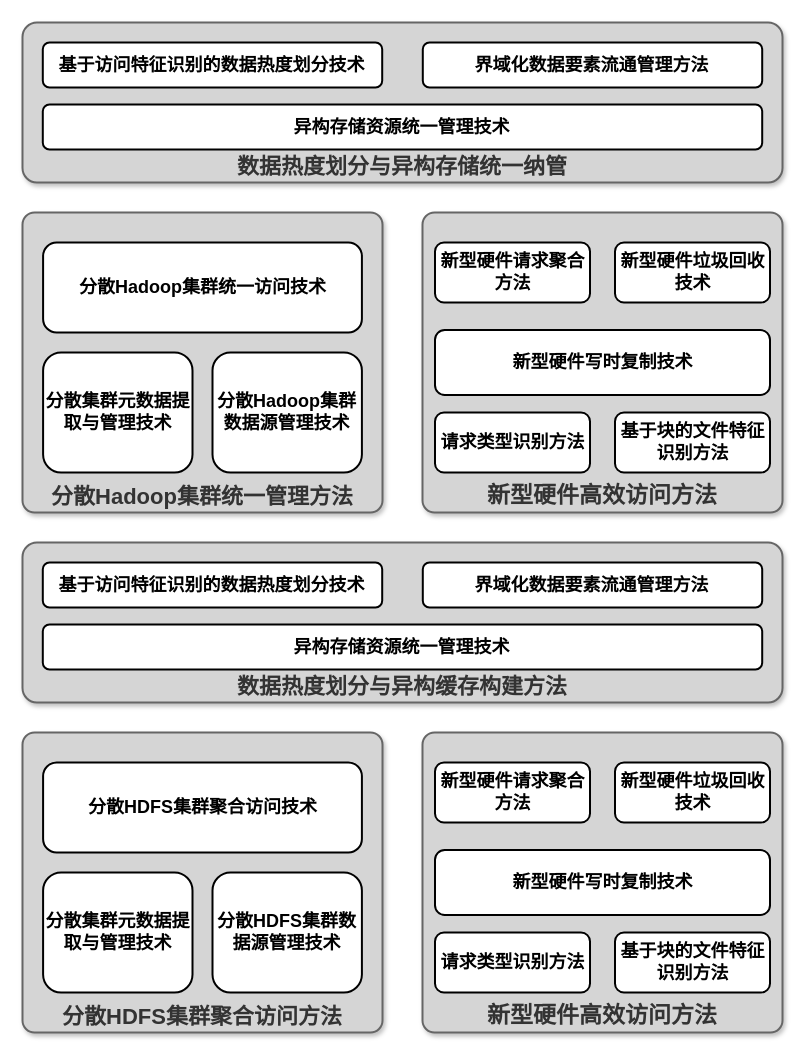
Above: page "第 3 页" (3 of 3) of UML/分布式缓存.drawio in wangjq4214/draw.io (draw.io), before the change. Source tidied: cells renumbered, new cells numbered last; positions are measured from the earlier drawing's top-left corner, leaving out a move shared by most shapes. Both pictures are drawn from the tidied source at 100%, with x=0, y=0 at pixel (22, 22).
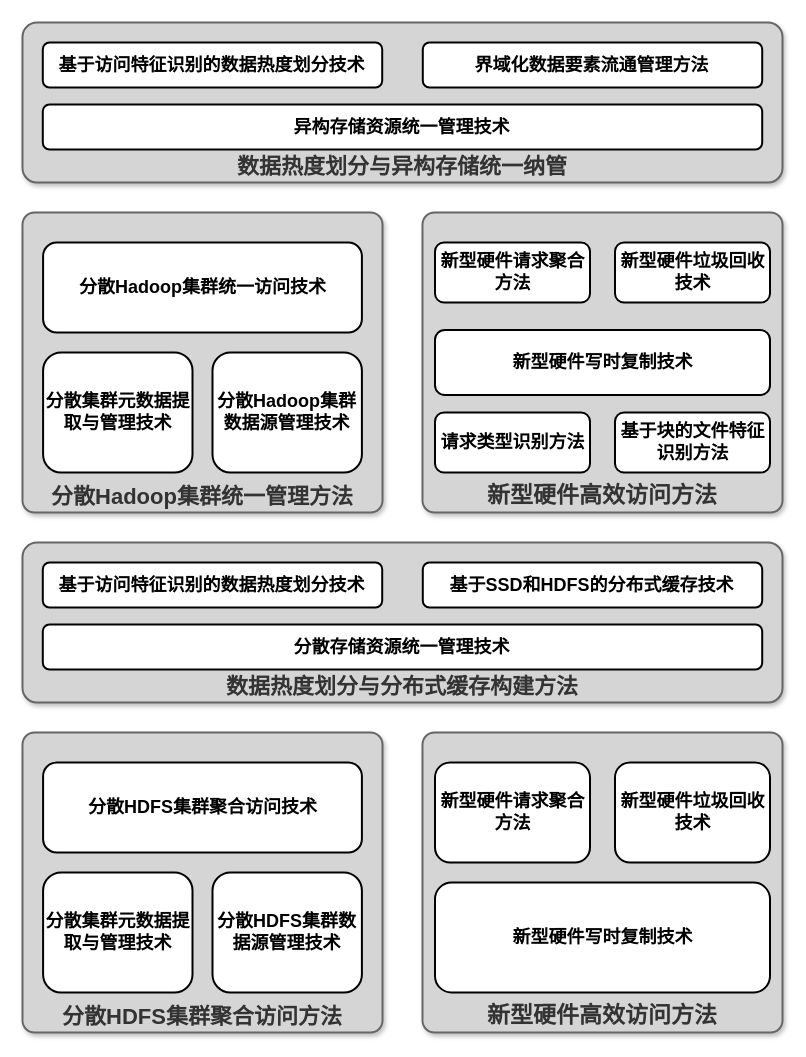
Above is the later version.

Commit message:
更新分布式缓存.drawio

What changed in the source:
```diff
@@
-    <mxCell id="17" value="&lt;b style=&quot;font-size: 22px;&quot;&gt;数据热度划分与异构缓存构建方法&lt;/b&gt;" style="rounded=1;whiteSpace=wrap;html=1;strokeWidth=2;fillColor=#D5D5D5;fontColor=#333333;strokeColor=#666666;shadow=1;fontSize=22;verticalAlign=bottom;arcSize=9;" parent="1" vertex="1">
+    <mxCell id="17" value="&lt;b style=&quot;font-size: 22px;&quot;&gt;数据热度划分与分布式缓存构建方法&lt;/b&gt;" style="rounded=1;whiteSpace=wrap;html=1;strokeWidth=2;fillColor=#D5D5D5;fontColor=#333333;strokeColor=#666666;shadow=1;fontSize=22;verticalAlign=bottom;arcSize=9;" parent="1" vertex="1">
       <mxGeometry y="520" width="760" height="160" as="geometry" />
     </mxCell>
@@
-    <mxCell id="19" value="请求类型识别方法" style="rounded=1;whiteSpace=wrap;html=1;fontStyle=1;fontSize=18;strokeWidth=2;" parent="1" vertex="1">
-      <mxGeometry x="412.5" y="910" width="155" height="60" as="geometry" />
-    </mxCell>
-    <mxCell id="20" value="基于块的文件特征识别方法" style="rounded=1;whiteSpace=wrap;html=1;fontStyle=1;fontSize=18;strokeWidth=2;" parent="1" vertex="1">
-      <mxGeometry x="592.5" y="910" width="155" height="60" as="geometry" />
-    </mxCell>
     <mxCell id="21" value="新型硬件写时复制技术" style="rounded=1;whiteSpace=wrap;html=1;fontStyle=1;fontSize=18;strokeWidth=2;" parent="1" vertex="1">
-      <mxGeometry x="412.5" y="827.5" width="335" height="65" as="geometry" />
+      <mxGeometry x="412.5" y="860" width="335" height="110" as="geometry" />
     </mxCell>
     <mxCell id="22" value="新型硬件请求聚合方法" style="rounded=1;whiteSpace=wrap;html=1;fontStyle=1;fontSize=18;strokeWidth=2;" parent="1" vertex="1">
-      <mxGeometry x="412.5" y="740" width="155" height="60" as="geometry" />
+      <mxGeometry x="412.5" y="740" width="155" height="100" as="geometry" />
     </mxCell>
     <mxCell id="23" value="新型硬件垃圾回收技术" style="rounded=1;whiteSpace=wrap;html=1;fontStyle=1;fontSize=18;strokeWidth=2;" parent="1" vertex="1">
-      <mxGeometry x="592.5" y="740" width="155" height="60" as="geometry" />
+      <mxGeometry x="592.5" y="740" width="155" height="100" as="geometry" />
     </mxCell>
@@
-    <mxCell id="27" value="异构存储资源统一管理技术" style="rounded=1;whiteSpace=wrap;html=1;fontStyle=1;fontSize=18;strokeWidth=2;" parent="1" vertex="1">
+    <mxCell id="27" value="分散存储资源统一管理技术" style="rounded=1;whiteSpace=wrap;html=1;fontStyle=1;fontSize=18;strokeWidth=2;" parent="1" vertex="1">
       <mxGeometry x="20.3" y="602" width="719.4" height="45" as="geometry" />
     </mxCell>
@@
-    <mxCell id="29" value="界域化数据要素流通管理方法" style="rounded=1;whiteSpace=wrap;html=1;fontStyle=1;fontSize=18;strokeWidth=2;" parent="1" vertex="1">
+    <mxCell id="29" value="基于SSD和HDFS的分布式缓存技术" style="rounded=1;whiteSpace=wrap;html=1;fontStyle=1;fontSize=18;strokeWidth=2;" parent="1" vertex="1">
       <mxGeometry x="400.3" y="540" width="339.4" height="45" as="geometry" />
     </mxCell>
```
